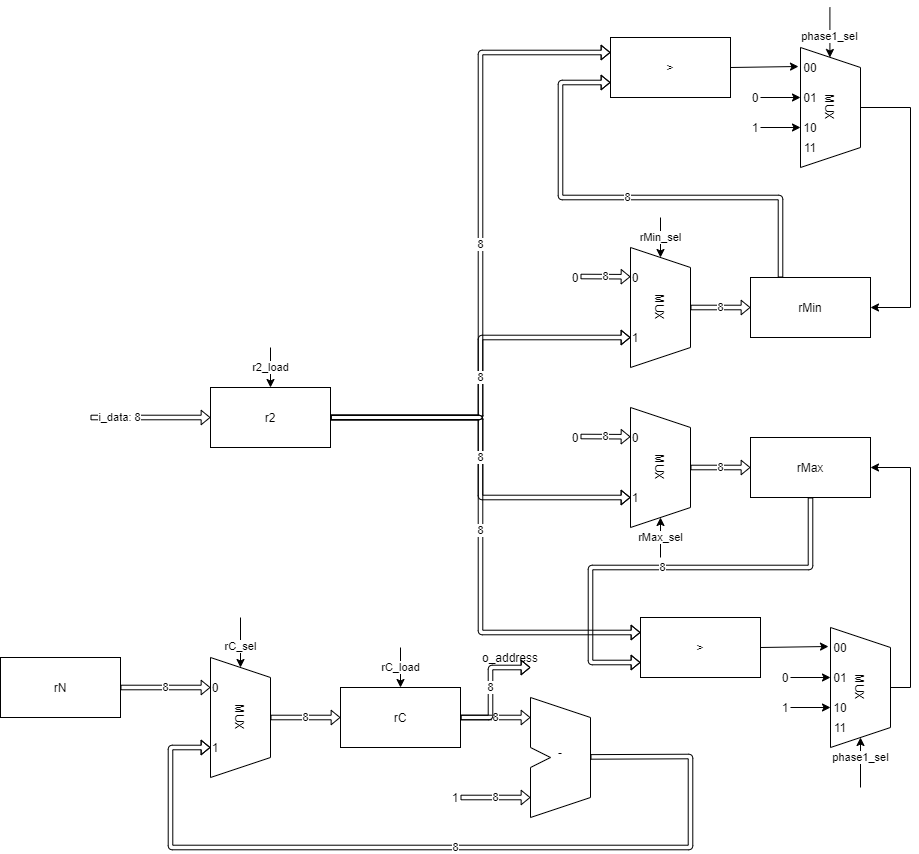
Earlier version of the draw.io export datapaths/regMax_regMin.png (EmilioCorigliano/Progetto-Reti-Logiche-20-21). Source tidied: cells renumbered, new cells last; positions are measured from the earlier drawing's top-left corner, leaving out a move shared by most shapes.
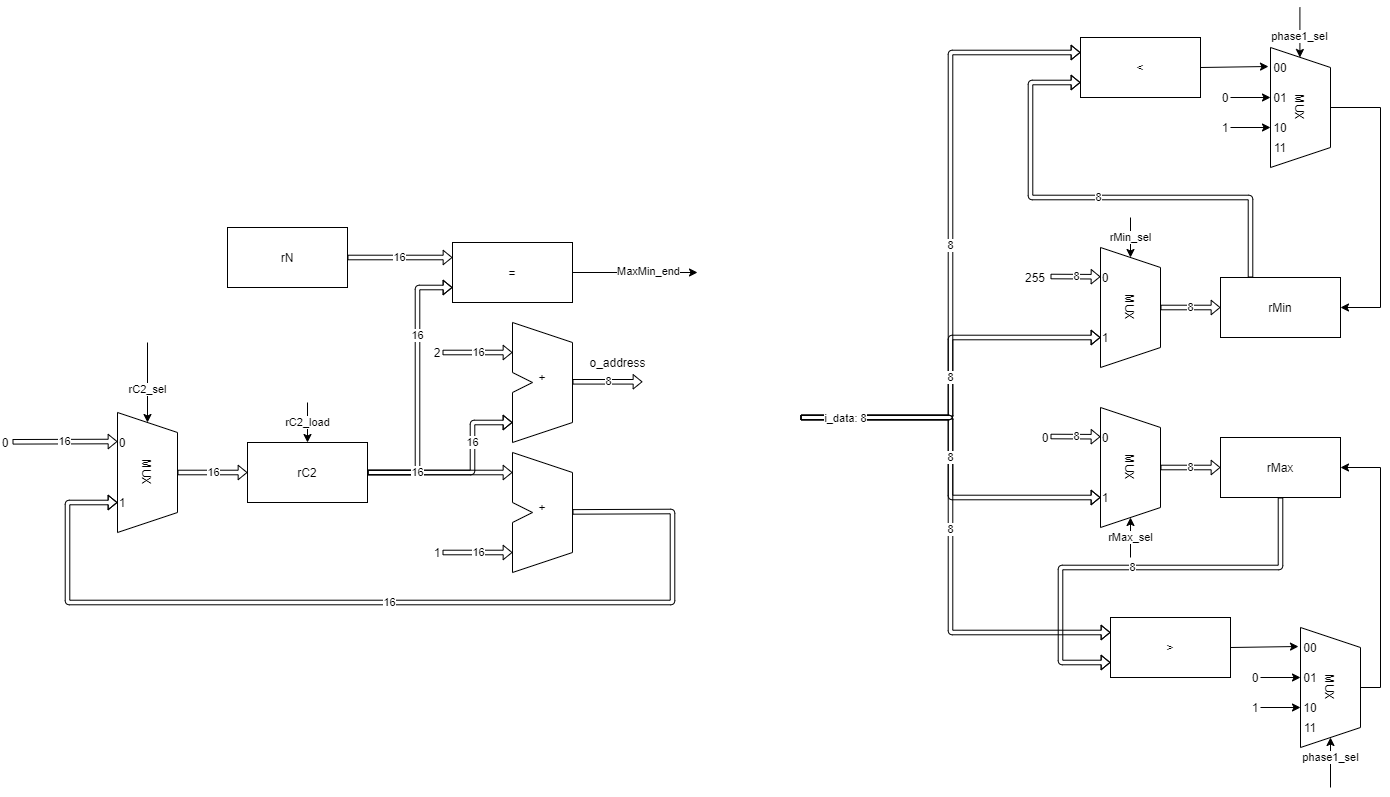
Later version of the same file.

Diff of the diagram source:
```diff
@@ -2,14 +2,6 @@
   <root>
     <mxCell id="0" />
     <mxCell id="1" parent="0" />
-    <mxCell id="2" value="r2" style="rounded=0;whiteSpace=wrap;html=1;fillColor=#FFFFFF;" parent="1" vertex="1">
-      <mxGeometry x="210" y="380" width="120" height="60" as="geometry" />
-    </mxCell>
-    <mxCell id="3" value="r2_load" style="endArrow=classic;html=1;entryX=0.5;entryY=0;entryDx=0;entryDy=0;" parent="1" edge="1" target="2">
-      <mxGeometry relative="1" as="geometry">
-        <mxPoint x="270" y="340" as="sourcePoint" />
-      </mxGeometry>
-    </mxCell>
     <mxCell id="4" style="group;" parent="1" vertex="1">
       <mxGeometry x="630" y="240" width="60" height="120" as="geometry" />
     </mxCell>
@@ -28,8 +20,8 @@
         <mxPoint x="630" y="269.2" as="targetPoint" />
       </mxGeometry>
     </mxCell>
-    <mxCell id="9" value="0" style="text;html=1;strokeColor=none;fillColor=none;align=center;verticalAlign=middle;whiteSpace=wrap;rounded=0;" parent="1" vertex="1">
-      <mxGeometry x="570" y="260" width="10" height="20" as="geometry" />
+    <mxCell id="9" value="255" style="text;html=1;strokeColor=none;fillColor=none;align=center;verticalAlign=middle;whiteSpace=wrap;rounded=0;" parent="1" vertex="1">
+      <mxGeometry x="560" y="260" width="10" height="20" as="geometry" />
     </mxCell>
     <mxCell id="10" value="rMin" style="rounded=0;whiteSpace=wrap;html=1;fillColor=#FFFFFF;" parent="1" vertex="1">
       <mxGeometry x="750" y="270" width="120" height="60" as="geometry" />
@@ -43,7 +35,7 @@
       </mxGeometry>
     </mxCell>
     <mxCell id="13" style="group;" parent="1" vertex="1">
-      <mxGeometry x="210" y="650" width="60" height="120" as="geometry" />
+      <mxGeometry x="-353" y="405" width="60" height="120" as="geometry" />
     </mxCell>
     <mxCell id="14" value="MUX" style="shape=trapezoid;perimeter=trapezoidPerimeter;whiteSpace=wrap;html=1;fixedSize=1;size=20;rotation=90;" parent="13" vertex="1">
       <mxGeometry x="-30" y="30" width="120" height="60" as="geometry" />
@@ -54,31 +46,25 @@
     <mxCell id="16" value="1" style="text;html=1;strokeColor=none;fillColor=none;align=center;verticalAlign=middle;whiteSpace=wrap;rounded=0;" parent="13" vertex="1">
       <mxGeometry y="80" width="10" height="20" as="geometry" />
     </mxCell>
-    <mxCell id="17" value="rC_sel" style="endArrow=classic;html=1;entryX=0;entryY=0.5;entryDx=0;entryDy=0;" parent="1" edge="1" target="14">
+    <mxCell id="17" value="rC2_sel" style="endArrow=classic;html=1;entryX=0;entryY=0.5;entryDx=0;entryDy=0;" parent="1" edge="1" target="14">
       <mxGeometry x="0.2" relative="1" as="geometry">
-        <mxPoint x="240" y="610" as="sourcePoint" />
+        <mxPoint x="-323" y="335" as="sourcePoint" />
         <mxPoint y="-1" as="offset" />
       </mxGeometry>
     </mxCell>
-    <mxCell id="18" value="i_data: 8" style="shape=flexArrow;endArrow=classic;html=1;width=4.571428571428571;endSize=2.617142857142857;endWidth=8.816326530612246;entryX=0;entryY=0.5;entryDx=0;entryDy=0;" parent="1" edge="1" target="2">
-      <mxGeometry x="-0.5" relative="1" as="geometry">
-        <mxPoint x="90" y="410" as="sourcePoint" />
-        <mxPoint x="-1" as="offset" />
-      </mxGeometry>
-    </mxCell>
-    <mxCell id="19" value="rC" style="rounded=0;whiteSpace=wrap;html=1;fillColor=#FFFFFF;" parent="1" vertex="1">
-      <mxGeometry x="340" y="680" width="120" height="60" as="geometry" />
+    <mxCell id="19" value="rC2" style="rounded=0;whiteSpace=wrap;html=1;fillColor=#FFFFFF;" parent="1" vertex="1">
+      <mxGeometry x="-223" y="435" width="120" height="60" as="geometry" />
     </mxCell>
-    <mxCell id="20" value="rC_load" style="endArrow=classic;html=1;entryX=0.5;entryY=0;entryDx=0;entryDy=0;" parent="1" edge="1" target="19">
+    <mxCell id="20" value="rC2_load" style="endArrow=classic;html=1;entryX=0.5;entryY=0;entryDx=0;entryDy=0;" parent="1" edge="1" target="19">
       <mxGeometry relative="1" as="geometry">
-        <mxPoint x="400" y="640" as="sourcePoint" />
+        <mxPoint x="-163" y="395" as="sourcePoint" />
       </mxGeometry>
     </mxCell>
-    <mxCell id="21" value="8" style="shape=flexArrow;endArrow=classic;html=1;width=4.571428571428571;endSize=2.617142857142857;endWidth=8.816326530612246;exitX=0.5;exitY=0;exitDx=0;exitDy=0;entryX=0;entryY=0.5;entryDx=0;entryDy=0;" parent="1" edge="1" source="14" target="19">
+    <mxCell id="21" value="16" style="shape=flexArrow;endArrow=classic;html=1;width=4.571428571428571;endSize=2.617142857142857;endWidth=8.816326530612246;exitX=0.5;exitY=0;exitDx=0;exitDy=0;entryX=0;entryY=0.5;entryDx=0;entryDy=0;" parent="1" edge="1" source="14" target="19">
       <mxGeometry relative="1" as="geometry" />
     </mxCell>
-    <mxCell id="22" value="&#10;&#10;&#10;-&#10;" style="group;fillColor=#FFFFFF;" parent="1" vertex="1">
-      <mxGeometry x="530" y="690" width="60" height="120" as="geometry" />
+    <mxCell id="22" value="&#10;&#10;&#10;+" style="group;fillColor=#FFFFFF;" parent="1" vertex="1">
+      <mxGeometry x="42" y="445" width="60" height="120" as="geometry" />
     </mxCell>
     <mxCell id="23" style="endArrow=none;html=1;" parent="22" edge="1">
       <mxGeometry relative="1" as="geometry">
@@ -122,38 +108,34 @@
         <mxPoint x="60" y="20" as="targetPoint" />
       </mxGeometry>
     </mxCell>
-    <mxCell id="30" value="8" style="shape=flexArrow;endArrow=classic;html=1;width=4.571428571428571;endSize=2.617142857142857;endWidth=8.816326530612246;exitX=1;exitY=0.5;exitDx=0;exitDy=0;" parent="1" edge="1" source="19">
-      <mxGeometry relative="1" as="geometry">
-        <mxPoint x="530" y="710" as="targetPoint" />
-      </mxGeometry>
-    </mxCell>
-    <mxCell id="31" value="8" style="shape=flexArrow;endArrow=classic;html=1;width=4.571428571428571;endSize=2.617142857142857;endWidth=8.816326530612246;exitX=1;exitY=0.5;exitDx=0;exitDy=0;" parent="1" edge="1">
+    <mxCell id="31" value="16" style="shape=flexArrow;endArrow=classic;html=1;width=4.571428571428571;endSize=2.617142857142857;endWidth=8.816326530612246;exitX=1;exitY=0.5;exitDx=0;exitDy=0;" parent="1" edge="1">
       <mxGeometry relative="1" as="geometry">
-        <mxPoint x="460" y="790" as="sourcePoint" />
-        <mxPoint x="530" y="790" as="targetPoint" />
+        <mxPoint x="-28" y="545" as="sourcePoint" />
+        <mxPoint x="42" y="545" as="targetPoint" />
       </mxGeometry>
     </mxCell>
     <mxCell id="32" value="1" style="text;html=1;strokeColor=none;fillColor=none;align=center;verticalAlign=middle;whiteSpace=wrap;rounded=0;" parent="1" vertex="1">
-      <mxGeometry x="450" y="780" width="10" height="20" as="geometry" />
+      <mxGeometry x="-38" y="535" width="10" height="20" as="geometry" />
     </mxCell>
-    <mxCell id="33" value="8" style="shape=flexArrow;endArrow=classic;html=1;width=4.571428571428571;endSize=2.617142857142857;endWidth=8.816326530612246;exitX=1;exitY=0.5;exitDx=0;exitDy=0;entryX=0.75;entryY=1;entryDx=0;entryDy=0;" parent="1" edge="1" target="14">
+    <mxCell id="33" value="16" style="shape=flexArrow;endArrow=classic;html=1;width=4.571428571428571;endSize=2.617142857142857;endWidth=8.816326530612246;exitX=1;exitY=0.5;exitDx=0;exitDy=0;entryX=0.75;entryY=1;entryDx=0;entryDy=0;" parent="1" edge="1" target="14">
       <mxGeometry relative="1" as="geometry">
-        <mxPoint x="590" y="749.4" as="sourcePoint" />
+        <mxPoint x="102" y="504.4" as="sourcePoint" />
         <Array as="points">
-          <mxPoint x="690" y="749" />
-          <mxPoint x="690" y="840" />
-          <mxPoint x="170" y="840" />
-          <mxPoint x="170" y="740" />
+          <mxPoint x="202" y="504" />
+          <mxPoint x="202" y="595" />
+          <mxPoint x="-403" y="595" />
+          <mxPoint x="-403" y="495" />
         </Array>
       </mxGeometry>
     </mxCell>
-    <mxCell id="34" value="8" style="shape=flexArrow;endArrow=classic;html=1;width=4.571428571428571;endSize=2.617142857142857;endWidth=8.816326530612246;exitX=1;exitY=0.5;exitDx=0;exitDy=0;" parent="1" edge="1" source="19">
-      <mxGeometry relative="1" as="geometry">
-        <mxPoint x="530" y="660" as="targetPoint" />
+    <mxCell id="34" value="16" style="shape=flexArrow;endArrow=classic;html=1;width=4.571428571428571;endSize=2.617142857142857;endWidth=8.816326530612246;exitX=1;exitY=0.5;exitDx=0;exitDy=0;" parent="1" edge="1" source="19">
+      <mxGeometry x="0.38" relative="1" as="geometry">
+        <mxPoint x="42" y="415" as="targetPoint" />
         <Array as="points">
-          <mxPoint x="490" y="710" />
-          <mxPoint x="490" y="660" />
+          <mxPoint x="2" y="465" />
+          <mxPoint x="2" y="415" />
         </Array>
+        <mxPoint y="-1" as="offset" />
       </mxGeometry>
     </mxCell>
     <mxCell id="35" value="&amp;gt;" style="rounded=0;whiteSpace=wrap;html=1;fillColor=#FFFFFF;" parent="1" vertex="1">
@@ -205,9 +187,9 @@
       </mxGeometry>
     </mxCell>
     <mxCell id="48" value="rN" style="rounded=0;whiteSpace=wrap;html=1;fillColor=#FFFFFF;" parent="1" vertex="1">
-      <mxGeometry y="650" width="120" height="60" as="geometry" />
+      <mxGeometry x="-243" y="220" width="120" height="60" as="geometry" />
     </mxCell>
-    <mxCell id="49" value="8" style="shape=flexArrow;endArrow=classic;html=1;width=4.571428571428571;endSize=2.617142857142857;endWidth=8.816326530612246;exitX=1;exitY=0.5;exitDx=0;exitDy=0;entryX=0;entryY=0.5;entryDx=0;entryDy=0;" parent="1" edge="1" source="48" target="15">
+    <mxCell id="49" value="16" style="shape=flexArrow;endArrow=classic;html=1;width=4.571428571428571;endSize=2.617142857142857;endWidth=8.816326530612246;exitX=1;exitY=0.5;exitDx=0;exitDy=0;entryX=0;entryY=0.25;entryDx=0;entryDy=0;" parent="1" edge="1" source="48" target="92">
       <mxGeometry relative="1" as="geometry" />
     </mxCell>
     <mxCell id="50" style="group;" parent="1" vertex="1">
@@ -250,11 +232,9 @@
         </Array>
       </mxGeometry>
     </mxCell>
-    <mxCell id="60" value="o_address" style="text;html=1;strokeColor=none;fillColor=none;align=center;verticalAlign=middle;whiteSpace=wrap;rounded=0;" parent="1" vertex="1">
-      <mxGeometry x="505" y="640" width="10" height="20" as="geometry" />
-    </mxCell>
-    <mxCell id="61" value="8" style="shape=flexArrow;endArrow=classic;html=1;width=4.571428571428571;endSize=2.617142857142857;endWidth=8.816326530612246;entryX=0;entryY=0.25;entryDx=0;entryDy=0;exitX=1;exitY=0.5;exitDx=0;exitDy=0;" parent="1" edge="1" source="2" target="35">
+    <mxCell id="61" value="8" style="shape=flexArrow;endArrow=classic;html=1;width=4.571428571428571;endSize=2.617142857142857;endWidth=8.816326530612246;entryX=0;entryY=0.25;entryDx=0;entryDy=0;exitX=1;exitY=0.5;exitDx=0;exitDy=0;" parent="1" edge="1" target="35">
       <mxGeometry relative="1" as="geometry">
+        <mxPoint x="330" y="410" as="sourcePoint" />
         <Array as="points">
           <mxPoint x="480" y="410" />
           <mxPoint x="480" y="625" />
@@ -270,7 +250,7 @@
         </Array>
       </mxGeometry>
     </mxCell>
-    <mxCell id="63" value="&amp;gt;" style="rounded=0;whiteSpace=wrap;html=1;fillColor=#FFFFFF;" parent="1" vertex="1">
+    <mxCell id="63" value="&amp;lt;" style="rounded=0;whiteSpace=wrap;html=1;fillColor=#FFFFFF;" parent="1" vertex="1">
       <mxGeometry x="610" y="30" width="120" height="60" as="geometry" />
     </mxCell>
     <mxCell id="64" style="group;" parent="1" vertex="1">
@@ -337,29 +317,131 @@
         </Array>
       </mxGeometry>
     </mxCell>
-    <mxCell id="78" value="8" style="shape=flexArrow;endArrow=classic;html=1;width=4.571428571428571;endSize=2.617142857142857;endWidth=8.816326530612246;entryX=0;entryY=0.25;entryDx=0;entryDy=0;exitX=1;exitY=0.5;exitDx=0;exitDy=0;" parent="1" edge="1" source="2" target="63">
+    <mxCell id="78" value="8" style="shape=flexArrow;endArrow=classic;html=1;width=4.571428571428571;endSize=2.617142857142857;endWidth=8.816326530612246;entryX=0;entryY=0.25;entryDx=0;entryDy=0;exitX=1;exitY=0.5;exitDx=0;exitDy=0;" parent="1" edge="1" target="63">
       <mxGeometry relative="1" as="geometry">
+        <mxPoint x="330" y="410" as="sourcePoint" />
         <Array as="points">
           <mxPoint x="480" y="410" />
           <mxPoint x="480" y="45" />
         </Array>
       </mxGeometry>
     </mxCell>
-    <mxCell id="79" value="8" style="shape=flexArrow;endArrow=classic;html=1;width=4.571428571428571;endSize=2.617142857142857;endWidth=8.816326530612246;entryX=0.75;entryY=1;entryDx=0;entryDy=0;exitX=1;exitY=0.5;exitDx=0;exitDy=0;" parent="1" edge="1" source="2" target="51">
+    <mxCell id="79" value="8" style="shape=flexArrow;endArrow=classic;html=1;width=4.571428571428571;endSize=2.617142857142857;endWidth=8.816326530612246;entryX=0.75;entryY=1;entryDx=0;entryDy=0;exitX=1;exitY=0.5;exitDx=0;exitDy=0;" parent="1" edge="1" target="51">
       <mxGeometry relative="1" as="geometry">
+        <mxPoint x="330" y="410" as="sourcePoint" />
         <Array as="points">
           <mxPoint x="480" y="410" />
           <mxPoint x="480" y="490" />
         </Array>
       </mxGeometry>
     </mxCell>
-    <mxCell id="80" value="8" style="shape=flexArrow;endArrow=classic;html=1;width=4.571428571428571;endSize=2.617142857142857;endWidth=8.816326530612246;exitX=1;exitY=0.5;exitDx=0;exitDy=0;entryX=0.75;entryY=1;entryDx=0;entryDy=0;" parent="1" edge="1" source="2" target="5">
+    <mxCell id="80" value="8" style="shape=flexArrow;endArrow=classic;html=1;width=4.571428571428571;endSize=2.617142857142857;endWidth=8.816326530612246;exitX=1;exitY=0.5;exitDx=0;exitDy=0;entryX=0.75;entryY=1;entryDx=0;entryDy=0;" parent="1" edge="1" target="5">
       <mxGeometry relative="1" as="geometry">
+        <mxPoint x="330" y="410" as="sourcePoint" />
         <Array as="points">
           <mxPoint x="480" y="410" />
           <mxPoint x="480" y="330" />
         </Array>
       </mxGeometry>
     </mxCell>
+    <mxCell id="18" value="i_data: 8" style="edgeLabel;html=1;align=center;verticalAlign=middle;" parent="80" vertex="1">
+      <mxGeometry x="-0.76" relative="1" as="geometry" />
+    </mxCell>
+    <mxCell id="81" value="&#10;&#10;&#10;+" style="group;fillColor=#FFFFFF;" parent="1" vertex="1">
+      <mxGeometry x="42" y="315" width="60" height="120" as="geometry" />
+    </mxCell>
+    <mxCell id="82" style="endArrow=none;html=1;" parent="81" edge="1">
+      <mxGeometry relative="1" as="geometry">
+        <mxPoint y="120" as="sourcePoint" />
+        <mxPoint y="70" as="targetPoint" />
+      </mxGeometry>
+    </mxCell>
+    <mxCell id="83" style="endArrow=none;html=1;" parent="81" edge="1">
+      <mxGeometry relative="1" as="geometry">
+        <mxPoint y="50" as="sourcePoint" />
+        <mxPoint as="targetPoint" />
+      </mxGeometry>
+    </mxCell>
+    <mxCell id="84" style="endArrow=none;html=1;" parent="81" edge="1">
+      <mxGeometry relative="1" as="geometry">
+        <mxPoint x="20" y="60" as="sourcePoint" />
+        <mxPoint y="50" as="targetPoint" />
+      </mxGeometry>
+    </mxCell>
+    <mxCell id="85" style="endArrow=none;html=1;" parent="81" edge="1">
+      <mxGeometry relative="1" as="geometry">
+        <mxPoint x="20" y="60" as="sourcePoint" />
+        <mxPoint y="70" as="targetPoint" />
+      </mxGeometry>
+    </mxCell>
+    <mxCell id="86" style="endArrow=none;html=1;" parent="81" edge="1">
+      <mxGeometry relative="1" as="geometry">
+        <mxPoint y="120" as="sourcePoint" />
+        <mxPoint x="60" y="100" as="targetPoint" />
+      </mxGeometry>
+    </mxCell>
+    <mxCell id="87" style="endArrow=none;html=1;" parent="81" edge="1">
+      <mxGeometry relative="1" as="geometry">
+        <mxPoint as="sourcePoint" />
+        <mxPoint x="60" y="20" as="targetPoint" />
+      </mxGeometry>
+    </mxCell>
+    <mxCell id="88" style="endArrow=none;html=1;" parent="81" edge="1">
+      <mxGeometry relative="1" as="geometry">
+        <mxPoint x="60" y="100" as="sourcePoint" />
+        <mxPoint x="60" y="20" as="targetPoint" />
+      </mxGeometry>
+    </mxCell>
+    <mxCell id="89" value="16" style="shape=flexArrow;endArrow=classic;html=1;width=4.571428571428571;endSize=2.617142857142857;endWidth=8.816326530612246;exitX=1;exitY=0.5;exitDx=0;exitDy=0;" parent="1" edge="1">
+      <mxGeometry relative="1" as="geometry">
+        <mxPoint x="-28" y="345" as="sourcePoint" />
+        <mxPoint x="42" y="345" as="targetPoint" />
+      </mxGeometry>
+    </mxCell>
+    <mxCell id="90" value="2" style="text;html=1;strokeColor=none;fillColor=none;align=center;verticalAlign=middle;whiteSpace=wrap;rounded=0;" parent="1" vertex="1">
+      <mxGeometry x="-38" y="335" width="10" height="20" as="geometry" />
+    </mxCell>
+    <mxCell id="91" value="8" style="shape=flexArrow;endArrow=classic;html=1;width=4.571428571428571;endSize=2.617142857142857;endWidth=8.816326530612246;exitX=1;exitY=0.5;exitDx=0;exitDy=0;" parent="1" edge="1">
+      <mxGeometry relative="1" as="geometry">
+        <mxPoint x="102" y="374.3" as="sourcePoint" />
+        <mxPoint x="172" y="374.3" as="targetPoint" />
+      </mxGeometry>
+    </mxCell>
+    <mxCell id="60" value="o_address" style="text;html=1;align=center;verticalAlign=middle;" parent="1" vertex="1">
+      <mxGeometry x="112" y="345" width="70" height="20" as="geometry" />
+    </mxCell>
+    <mxCell id="92" value="=" style="rounded=0;whiteSpace=wrap;html=1;fillColor=#FFFFFF;" parent="1" vertex="1">
+      <mxGeometry x="-18" y="235" width="120" height="60" as="geometry" />
+    </mxCell>
+    <mxCell id="93" value="MaxMin_end" style="endArrow=classic;html=1;exitX=1;exitY=0.5;exitDx=0;exitDy=0;" parent="1" edge="1" source="92">
+      <mxGeometry x="0.2" relative="1" as="geometry">
+        <mxPoint x="227" y="265" as="targetPoint" />
+        <mxPoint y="-1" as="offset" />
+      </mxGeometry>
+    </mxCell>
+    <mxCell id="94" value="16" style="shape=flexArrow;endArrow=classic;html=1;width=4.571428571428571;endSize=2.617142857142857;endWidth=8.816326530612246;entryX=0;entryY=0.75;entryDx=0;entryDy=0;" parent="1" edge="1" target="92">
+      <mxGeometry x="0.38" relative="1" as="geometry">
+        <mxPoint x="-103" y="465" as="sourcePoint" />
+        <Array as="points">
+          <mxPoint x="-53" y="465" />
+          <mxPoint x="-53" y="280" />
+        </Array>
+        <mxPoint y="-1" as="offset" />
+      </mxGeometry>
+    </mxCell>
+    <mxCell id="30" value="16" style="shape=flexArrow;endArrow=classic;html=1;width=4.571428571428571;endSize=2.617142857142857;endWidth=8.816326530612246;exitX=1;exitY=0.5;exitDx=0;exitDy=0;" parent="1" edge="1" source="19">
+      <mxGeometry x="-0.31" relative="1" as="geometry">
+        <mxPoint x="42" y="465" as="targetPoint" />
+      </mxGeometry>
+    </mxCell>
+    <mxCell id="95" value="16" style="shape=flexArrow;endArrow=classic;html=1;width=4.571428571428571;endSize=2.617142857142857;endWidth=8.816326530612246;exitX=1;exitY=0.5;exitDx=0;exitDy=0;" parent="1" edge="1">
+      <mxGeometry relative="1" as="geometry">
+        <mxPoint x="-458" y="434.3" as="sourcePoint" />
+        <mxPoint x="-353" y="434" as="targetPoint" />
+      </mxGeometry>
+    </mxCell>
+    <mxCell id="96" value="0" style="text;html=1;strokeColor=none;fillColor=none;align=center;verticalAlign=middle;whiteSpace=wrap;rounded=0;" parent="1" vertex="1">
+      <mxGeometry x="-470" y="425" width="10" height="20" as="geometry" />
+    </mxCell>
   </root>
 </mxGraphModel>
```
